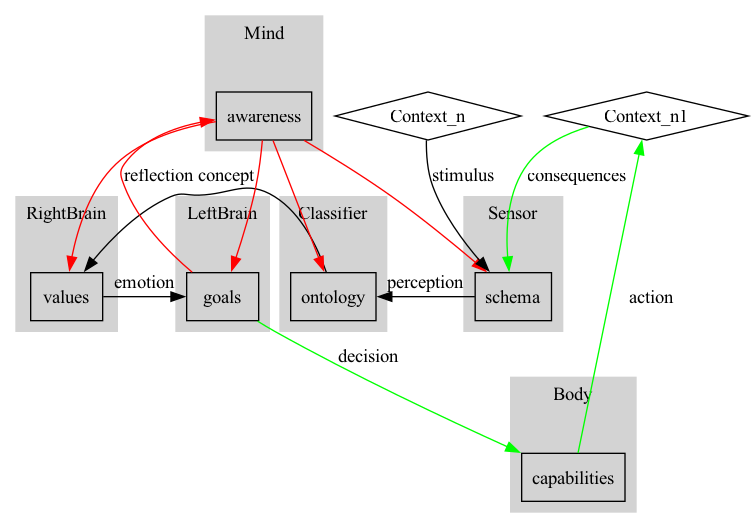
The Graphviz diagram doc/wisdom.png in TheSwanFactory/hclang, before a commit. Its source is kept beside it as doc/wisdom.DOT.
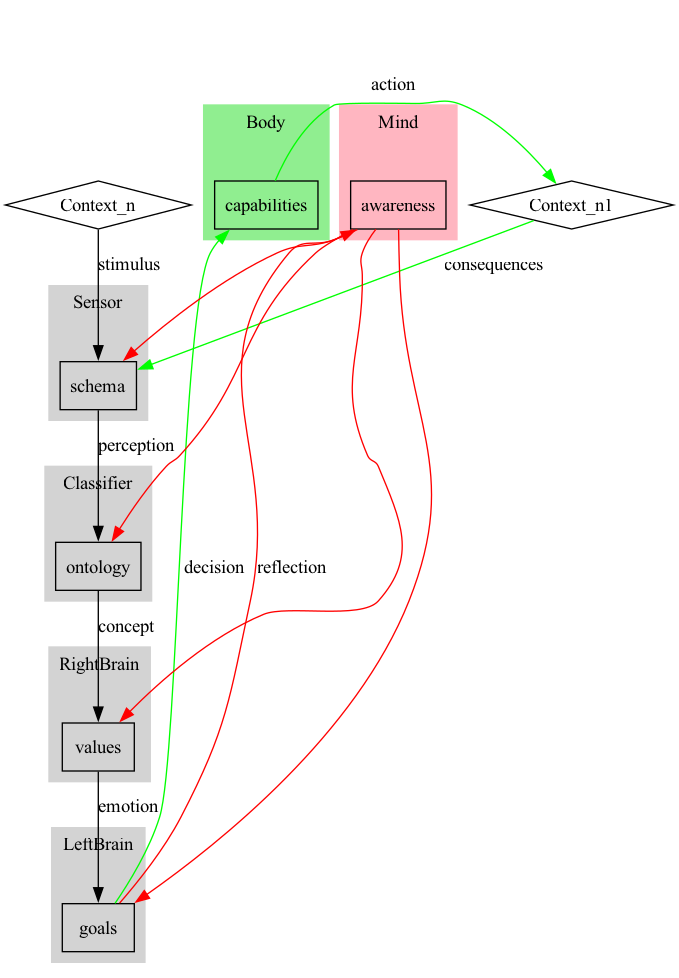
Above is the later version.

Commit message:
loosen constraints

The edit, as a diff of the source:
```diff
@@ -1,5 +1,7 @@
 digraph WisdomIntegrationPipeline {
-    rankdir=TB;
+
+    Context_n [shape="diamond"];
+    Context_n1 [shape="diamond"];
 
     subgraph cluster_Sensor {
         label = "Sensor";
@@ -29,34 +31,32 @@
         goals [shape="box"];
     }
 
+
     subgraph cluster_Body {
         label = "Body";
         style = "filled";
-        color = "lightgrey";
+        color = "lightgreen";  // Different color for Body cluster
         capabilities [shape="box"];
     }
 
     subgraph cluster_Mind {
         label = "Mind";
         style = "filled";
-        color = "lightgrey";
+        color = "lightpink";  // Different color for Mind cluster
         awareness [shape="box"];
     }
-
-    Context_n [shape="diamond"];
-    Context_n1 [shape="diamond"];
 
     Context_n -> schema [label="stimulus"];
     schema -> ontology [label="perception"];
     ontology -> values [label="concept"];
     values -> goals [label="emotion"];
-    goals -> capabilities [label="decision", color="green"];
-    capabilities -> Context_n1 [label="action", color="green"];
-    Context_n1 -> schema [label="consequences", color="green"];
+    goals -> capabilities [label="decision", color="green", constraint=false];
+    capabilities -> Context_n1 [label="action", color="green", constraint=false];
+    Context_n1 -> schema [label="consequences", color="green", constraint=false];
 
-    goals -> awareness [label="reflection", color="red"];
-    awareness -> schema [color="red"];
-    awareness -> ontology [color="red"];
-    awareness -> values [color="red"];
-    awareness -> goals [color="red"];
+    goals -> awareness [label="reflection", color="red", constraint=false];
+    awareness -> schema [color="red", constraint=false];
+    awareness -> ontology [color="red", constraint=false];
+    awareness -> values [color="red", constraint=false];
+    awareness -> goals [color="red", constraint=false];
 }
```
